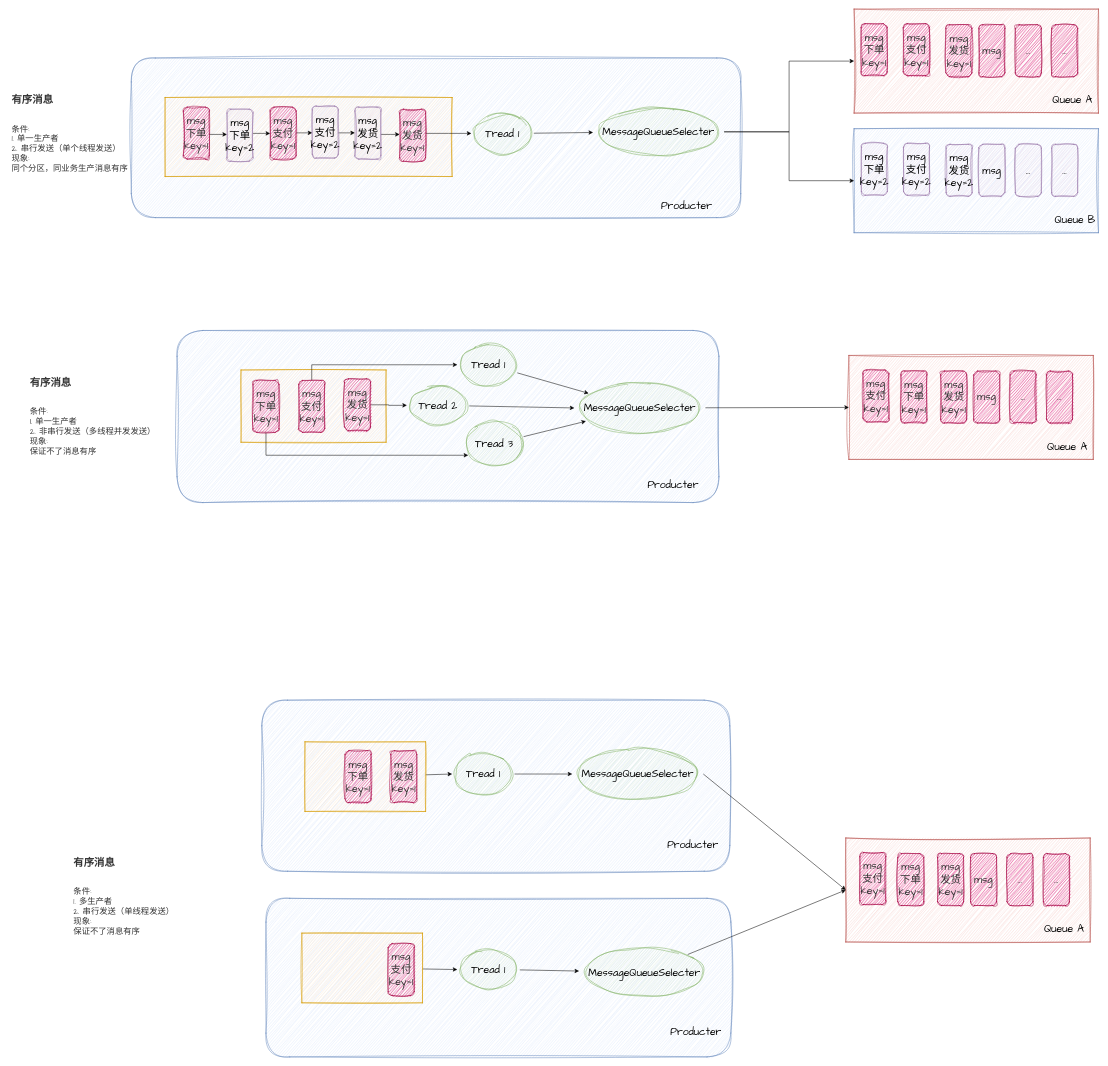
Earlier version of the draw.io diagram 消息中间件/rocketMq 流程.drawio (LeslieJiang/myStudy). Source tidied: cells renumbered, new cells numbered last; positions are measured from the earlier drawing's top-left corner, leaving out a move shared by most shapes. Both pictures are drawn from the tidied source at 52%, with x=0, y=0 at pixel (9, 9).
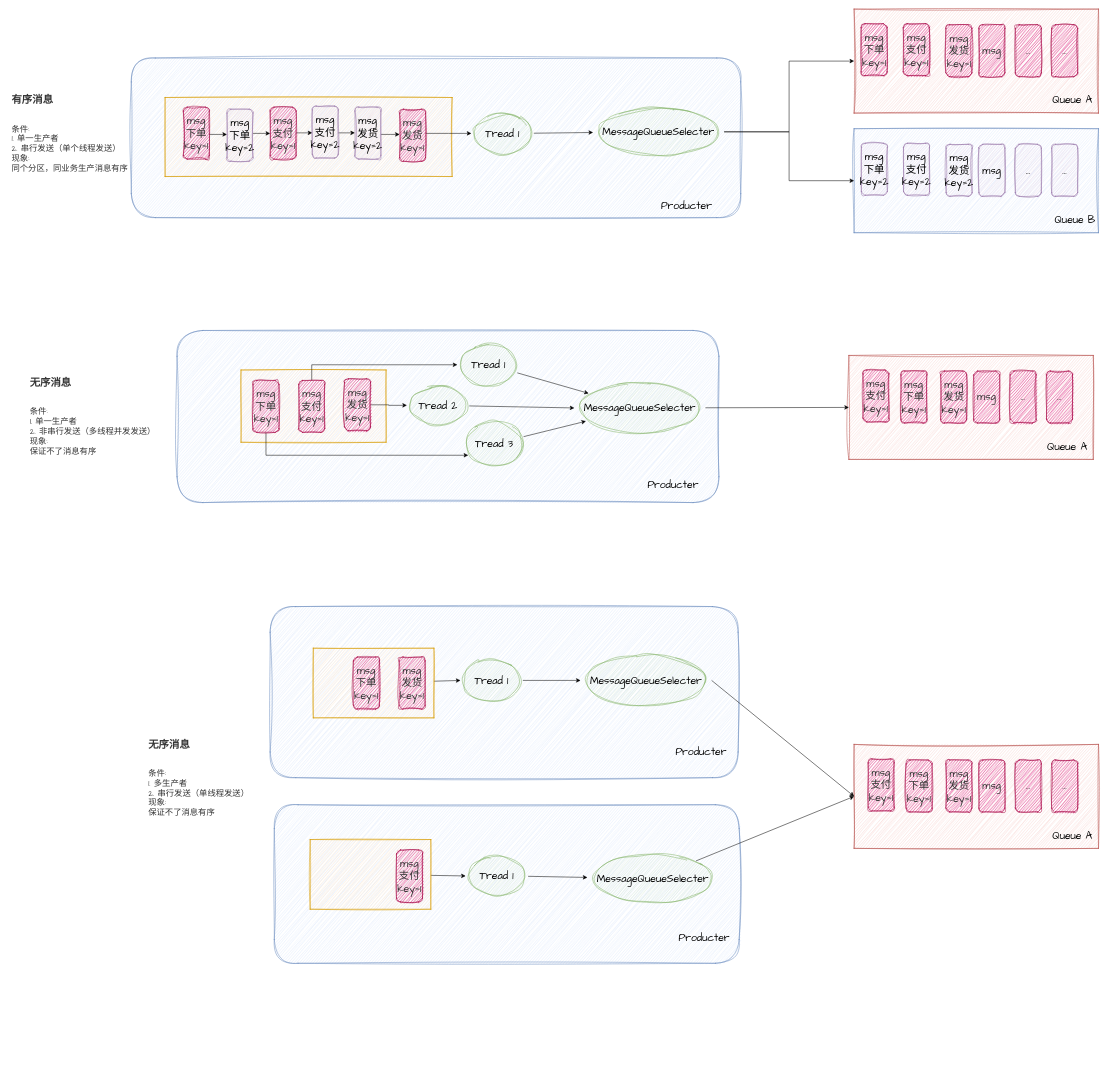
The same diagram, later.

Diff of the diagram source:
```diff
@@
     <mxCell id="44" style="rounded=1;whiteSpace=wrap;html=1;sketch=1;hachureGap=4;jiggle=2;fontFamily=Architects Daughter;fontSize=20;fillColor=#dae8fc;strokeColor=#6c8ebf;" parent="1" vertex="1">
-      <mxGeometry x="486" y="1329" width="900" height="329" as="geometry" />
+      <mxGeometry x="502" y="1149" width="900" height="329" as="geometry" />
     </mxCell>
     <mxCell id="45" style="rounded=0;whiteSpace=wrap;html=1;sketch=1;hachureGap=4;jiggle=2;fontFamily=Architects Daughter;fontSize=20;fillColor=#f8cecc;strokeColor=#b85450;" parent="1" vertex="1">
-      <mxGeometry x="1609" y="1594" width="470" height="200" as="geometry" />
+      <mxGeometry x="1625" y="1414" width="470" height="200" as="geometry" />
     </mxCell>
     <mxCell id="46" value="Queue A" style="text;html=1;strokeColor=none;fillColor=none;align=center;verticalAlign=middle;whiteSpace=wrap;rounded=0;sketch=1;hachureGap=4;jiggle=2;fontFamily=Architects Daughter;fontSize=20;" parent="1" vertex="1">
-      <mxGeometry x="1989" y="1754" width="80" height="30" as="geometry" />
+      <mxGeometry x="2005" y="1574" width="80" height="30" as="geometry" />
     </mxCell>
     <mxCell id="47" value="msg" style="rounded=1;whiteSpace=wrap;html=1;sketch=1;hachureGap=4;jiggle=2;fontFamily=Architects Daughter;fontSize=20;fillColor=#d80073;strokeColor=#A50040;fontColor=#333333;" parent="1" vertex="1">
-      <mxGeometry x="1849" y="1624" width="50" height="100" as="geometry" />
+      <mxGeometry x="1865" y="1444" width="50" height="100" as="geometry" />
     </mxCell>
     <mxCell id="48" value="..." style="rounded=1;whiteSpace=wrap;html=1;sketch=1;hachureGap=4;jiggle=2;fontFamily=Architects Daughter;fontSize=20;fillColor=#d80073;strokeColor=#A50040;fontColor=#333333;" parent="1" vertex="1">
-      <mxGeometry x="1919" y="1624" width="50" height="100" as="geometry" />
+      <mxGeometry x="1935" y="1444" width="50" height="100" as="geometry" />
     </mxCell>
     <mxCell id="49" value="..." style="rounded=1;whiteSpace=wrap;html=1;sketch=1;hachureGap=4;jiggle=2;fontFamily=Architects Daughter;fontSize=20;fillColor=#d80073;strokeColor=#A50040;fontColor=#333333;" parent="1" vertex="1">
-      <mxGeometry x="1989" y="1624" width="50" height="100" as="geometry" />
+      <mxGeometry x="2005" y="1444" width="50" height="100" as="geometry" />
     </mxCell>
@@
     <mxCell id="51" value="Tread 1" style="ellipse;whiteSpace=wrap;html=1;sketch=1;hachureGap=4;jiggle=2;fontFamily=Architects Daughter;fontSize=20;fillColor=#d5e8d4;strokeColor=#82b366;" parent="1" vertex="1">
-      <mxGeometry x="852" y="1431" width="120" height="80" as="geometry" />
+      <mxGeometry x="868" y="1251" width="120" height="80" as="geometry" />
     </mxCell>
     <mxCell id="52" value="Producter" style="text;html=1;strokeColor=none;fillColor=none;align=center;verticalAlign=middle;whiteSpace=wrap;rounded=0;sketch=1;hachureGap=4;jiggle=2;fontFamily=Architects Daughter;fontSize=20;" parent="1" vertex="1">
-      <mxGeometry x="1285" y="1592" width="60" height="30" as="geometry" />
+      <mxGeometry x="1301" y="1412" width="60" height="30" as="geometry" />
     </mxCell>
     <mxCell id="53" value="msg&lt;br&gt;下单&lt;br&gt;key=1" style="rounded=1;whiteSpace=wrap;html=1;sketch=1;hachureGap=4;jiggle=2;fontFamily=Architects Daughter;fontSize=20;fillColor=#d80073;strokeColor=#A50040;fontColor=#333333;" parent="1" vertex="1">
-      <mxGeometry x="1709" y="1624" width="50" height="100" as="geometry" />
+      <mxGeometry x="1725" y="1444" width="50" height="100" as="geometry" />
     </mxCell>
@@
     <mxCell id="55" value="MessageQueueSelecter" style="ellipse;whiteSpace=wrap;html=1;sketch=1;hachureGap=4;jiggle=2;fontFamily=Architects Daughter;fontSize=20;fillColor=#d5e8d4;strokeColor=#82b366;" parent="1" vertex="1">
-      <mxGeometry x="1083" y="1426" width="252" height="90" as="geometry" />
+      <mxGeometry x="1099" y="1246" width="252" height="90" as="geometry" />
     </mxCell>
     <mxCell id="56" value="msg&lt;br&gt;支付&lt;br&gt;key=1" style="rounded=1;whiteSpace=wrap;html=1;sketch=1;hachureGap=4;jiggle=2;fontFamily=Architects Daughter;fontSize=20;fillColor=#d80073;strokeColor=#A50040;fontColor=#333333;" parent="1" vertex="1">
-      <mxGeometry x="1636" y="1622" width="50" height="100" as="geometry" />
+      <mxGeometry x="1652" y="1442" width="50" height="100" as="geometry" />
     </mxCell>
     <mxCell id="57" value="msg&lt;br&gt;发货&lt;br&gt;key=1" style="rounded=1;whiteSpace=wrap;html=1;sketch=1;hachureGap=4;jiggle=2;fontFamily=Architects Daughter;fontSize=20;fillColor=#d80073;strokeColor=#A50040;fontColor=#333333;" parent="1" vertex="1">
-      <mxGeometry x="1785.5" y="1624" width="50" height="100" as="geometry" />
+      <mxGeometry x="1801.5" y="1444" width="50" height="100" as="geometry" />
     </mxCell>
     <mxCell id="58" style="rounded=1;whiteSpace=wrap;html=1;sketch=1;hachureGap=4;jiggle=2;fontFamily=Architects Daughter;fontSize=20;fillColor=#dae8fc;strokeColor=#6c8ebf;" parent="1" vertex="1">
-      <mxGeometry x="494" y="1710" width="894" height="305" as="geometry" />
+      <mxGeometry x="510" y="1530" width="894" height="305" as="geometry" />
     </mxCell>
@@
     <mxCell id="60" value="Tread 1" style="ellipse;whiteSpace=wrap;html=1;sketch=1;hachureGap=4;jiggle=2;fontFamily=Architects Daughter;fontSize=20;fillColor=#d5e8d4;strokeColor=#82b366;" parent="1" vertex="1">
-      <mxGeometry x="862" y="1807" width="120" height="80" as="geometry" />
+      <mxGeometry x="878" y="1627" width="120" height="80" as="geometry" />
     </mxCell>
     <mxCell id="61" value="Producter" style="text;html=1;strokeColor=none;fillColor=none;align=center;verticalAlign=middle;whiteSpace=wrap;rounded=0;sketch=1;hachureGap=4;jiggle=2;fontFamily=Architects Daughter;fontSize=20;" parent="1" vertex="1">
-      <mxGeometry x="1291" y="1951" width="60" height="30" as="geometry" />
+      <mxGeometry x="1307" y="1771" width="60" height="30" as="geometry" />
     </mxCell>
@@
     <mxCell id="64" style="rounded=0;whiteSpace=wrap;html=1;fillColor=#ffe6cc;strokeColor=#d79b00;sketch=1;" parent="1" vertex="1">
-      <mxGeometry x="569" y="1409" width="232" height="134" as="geometry" />
+      <mxGeometry x="585" y="1229" width="232" height="134" as="geometry" />
     </mxCell>
     <mxCell id="65" value="MessageQueueSelecter" style="ellipse;whiteSpace=wrap;html=1;sketch=1;hachureGap=4;jiggle=2;fontFamily=Architects Daughter;fontSize=20;fillColor=#d5e8d4;strokeColor=#82b366;" parent="1" vertex="1">
-      <mxGeometry x="1096" y="1807" width="252" height="90" as="geometry" />
+      <mxGeometry x="1112" y="1627" width="252" height="90" as="geometry" />
     </mxCell>
@@
     <mxCell id="67" style="rounded=0;whiteSpace=wrap;html=1;fillColor=#ffe6cc;strokeColor=#d79b00;sketch=1;" parent="1" vertex="1">
-      <mxGeometry x="563" y="1777" width="232" height="134" as="geometry" />
+      <mxGeometry x="579" y="1597" width="232" height="134" as="geometry" />
     </mxCell>
     <mxCell id="68" value="msg&lt;br&gt;支付&lt;br&gt;key=1" style="rounded=1;whiteSpace=wrap;html=1;sketch=1;hachureGap=4;jiggle=2;fontFamily=Architects Daughter;fontSize=20;fillColor=#d80073;strokeColor=#A50040;fontColor=#333333;" parent="1" vertex="1">
-      <mxGeometry x="729" y="1797" width="50" height="100" as="geometry" />
+      <mxGeometry x="745" y="1617" width="50" height="100" as="geometry" />
     </mxCell>
     <mxCell id="69" value="msg&lt;br&gt;下单&lt;br&gt;key=1" style="rounded=1;whiteSpace=wrap;html=1;sketch=1;hachureGap=4;jiggle=2;fontFamily=Architects Daughter;fontSize=20;fillColor=#d80073;strokeColor=#A50040;fontColor=#333333;" parent="1" vertex="1">
-      <mxGeometry x="646" y="1426" width="50" height="100" as="geometry" />
+      <mxGeometry x="662" y="1246" width="50" height="100" as="geometry" />
     </mxCell>
     <mxCell id="70" value="msg&lt;br&gt;发货&lt;br&gt;key=1" style="rounded=1;whiteSpace=wrap;html=1;sketch=1;hachureGap=4;jiggle=2;fontFamily=Architects Daughter;fontSize=20;fillColor=#d80073;strokeColor=#A50040;fontColor=#333333;" parent="1" vertex="1">
-      <mxGeometry x="734" y="1426" width="50" height="100" as="geometry" />
+      <mxGeometry x="750" y="1246" width="50" height="100" as="geometry" />
     </mxCell>
@@
-    <mxCell id="91" value="&lt;h1&gt;&lt;font style=&quot;font-size: 20px; line-height: 0.8;&quot;&gt;有序消息&lt;/font&gt;&lt;/h1&gt;&lt;div style=&quot;font-size: 16px;&quot;&gt;条件:&lt;/div&gt;&lt;div style=&quot;font-size: 16px;&quot;&gt;1. 单一生产者&lt;/div&gt;&lt;div style=&quot;font-size: 16px;&quot;&gt;&lt;font style=&quot;font-size: 16px;&quot;&gt;2. 非串行发送（多线程并发发送）&lt;/font&gt;&lt;/div&gt;&lt;div style=&quot;font-size: 16px;&quot;&gt;现象:&lt;/div&gt;&lt;div style=&quot;font-size: 16px;&quot;&gt;保证不了消息有序&lt;/div&gt;" style="text;html=1;strokeColor=none;fillColor=none;spacing=5;spacingTop=-20;whiteSpace=wrap;overflow=hidden;rounded=0;sketch=1;hachureGap=4;jiggle=2;fontFamily=Architects Daughter;fontSize=20;fontColor=#333333;" parent="1" vertex="1">
+    <mxCell id="91" value="&lt;h1&gt;&lt;font style=&quot;font-size: 20px; line-height: 0.8;&quot;&gt;无序消息&lt;/font&gt;&lt;/h1&gt;&lt;div style=&quot;font-size: 16px;&quot;&gt;条件:&lt;/div&gt;&lt;div style=&quot;font-size: 16px;&quot;&gt;1. 单一生产者&lt;/div&gt;&lt;div style=&quot;font-size: 16px;&quot;&gt;&lt;font style=&quot;font-size: 16px;&quot;&gt;2. 非串行发送（多线程并发发送）&lt;/font&gt;&lt;/div&gt;&lt;div style=&quot;font-size: 16px;&quot;&gt;现象:&lt;/div&gt;&lt;div style=&quot;font-size: 16px;&quot;&gt;保证不了消息有序&lt;/div&gt;" style="text;html=1;strokeColor=none;fillColor=none;spacing=5;spacingTop=-20;whiteSpace=wrap;overflow=hidden;rounded=0;sketch=1;hachureGap=4;jiggle=2;fontFamily=Architects Daughter;fontSize=20;fontColor=#333333;" parent="1" vertex="1">
       <mxGeometry x="35" y="674" width="300" height="200" as="geometry" />
     </mxCell>
-    <mxCell id="92" value="&lt;h1&gt;&lt;font style=&quot;font-size: 20px; line-height: 0.8;&quot;&gt;有序消息&lt;/font&gt;&lt;/h1&gt;&lt;div style=&quot;font-size: 16px;&quot;&gt;条件:&lt;/div&gt;&lt;div style=&quot;font-size: 16px;&quot;&gt;1. 多生产者&lt;/div&gt;&lt;div style=&quot;font-size: 16px;&quot;&gt;&lt;font style=&quot;font-size: 16px;&quot;&gt;2. 串行发送（单线程发送）&lt;/font&gt;&lt;/div&gt;&lt;div style=&quot;font-size: 16px;&quot;&gt;现象:&lt;/div&gt;&lt;div style=&quot;font-size: 16px;&quot;&gt;保证不了消息有序&lt;/div&gt;" style="text;html=1;strokeColor=none;fillColor=none;spacing=5;spacingTop=-20;whiteSpace=wrap;overflow=hidden;rounded=0;sketch=1;hachureGap=4;jiggle=2;fontFamily=Architects Daughter;fontSize=20;fontColor=#333333;" parent="1" vertex="1">
-      <mxGeometry x="119" y="1597" width="300" height="200" as="geometry" />
+    <mxCell id="92" value="&lt;h1&gt;&lt;font style=&quot;font-size: 20px; line-height: 0.8;&quot;&gt;无序消息&lt;/font&gt;&lt;/h1&gt;&lt;div style=&quot;font-size: 16px;&quot;&gt;条件:&lt;/div&gt;&lt;div style=&quot;font-size: 16px;&quot;&gt;1. 多生产者&lt;/div&gt;&lt;div style=&quot;font-size: 16px;&quot;&gt;&lt;font style=&quot;font-size: 16px;&quot;&gt;2. 串行发送（单线程发送）&lt;/font&gt;&lt;/div&gt;&lt;div style=&quot;font-size: 16px;&quot;&gt;现象:&lt;/div&gt;&lt;div style=&quot;font-size: 16px;&quot;&gt;保证不了消息有序&lt;/div&gt;" style="text;html=1;strokeColor=none;fillColor=none;spacing=5;spacingTop=-20;whiteSpace=wrap;overflow=hidden;rounded=0;sketch=1;hachureGap=4;jiggle=2;fontFamily=Architects Daughter;fontSize=20;fontColor=#333333;" parent="1" vertex="1">
+      <mxGeometry x="263" y="1369" width="300" height="200" as="geometry" />
     </mxCell>
```
